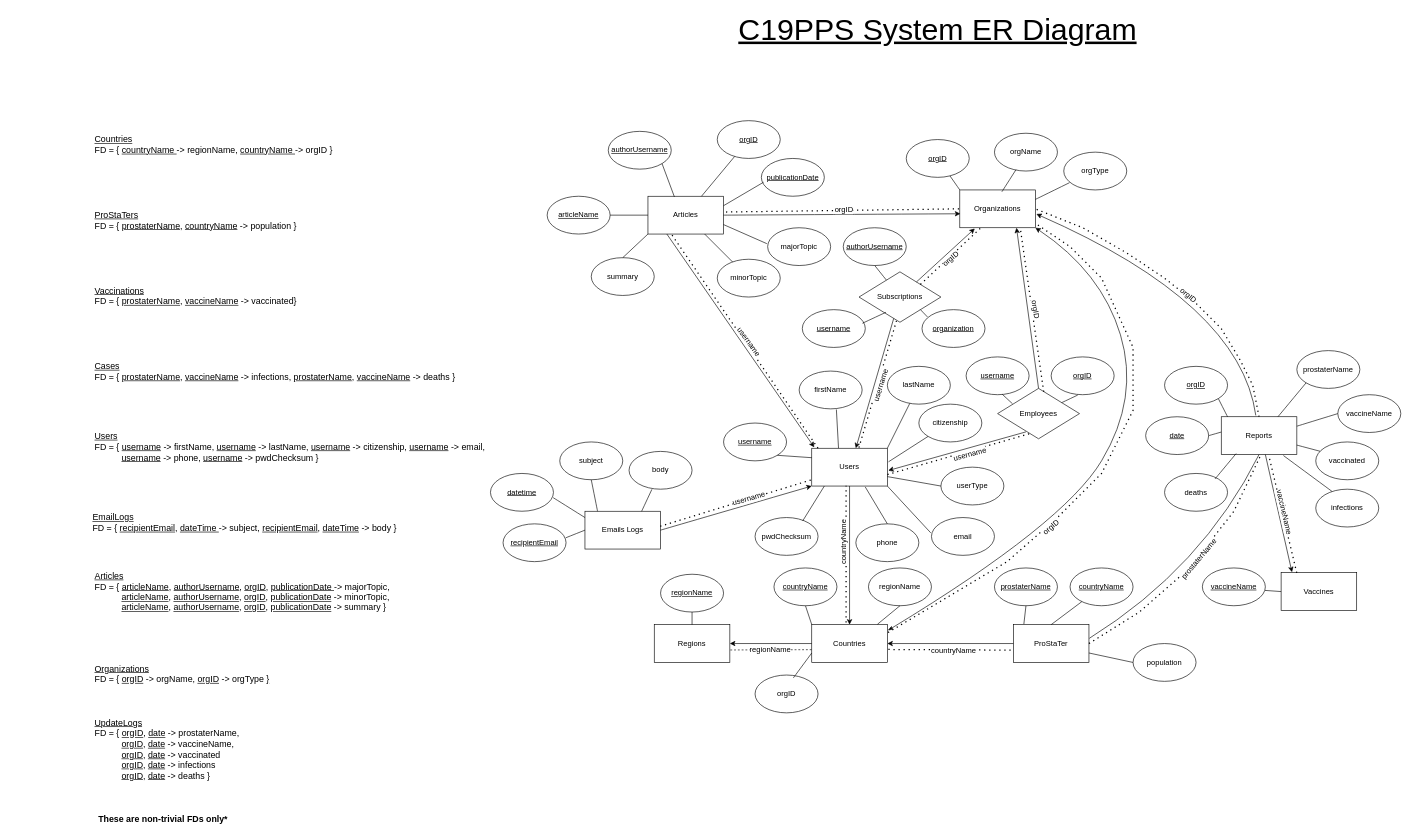
Above: ER Diagram v2.3.drawio in aydinaf/COMP353-Project-C19PPS (draw.io), before the change. Source tidied: cells renumbered, new cells numbered last; positions are measured from the earlier drawing's top-left corner, leaving out a move shared by most shapes. Both pictures are drawn from the tidied source at 63%, with x=0, y=0 at pixel (68, 20).
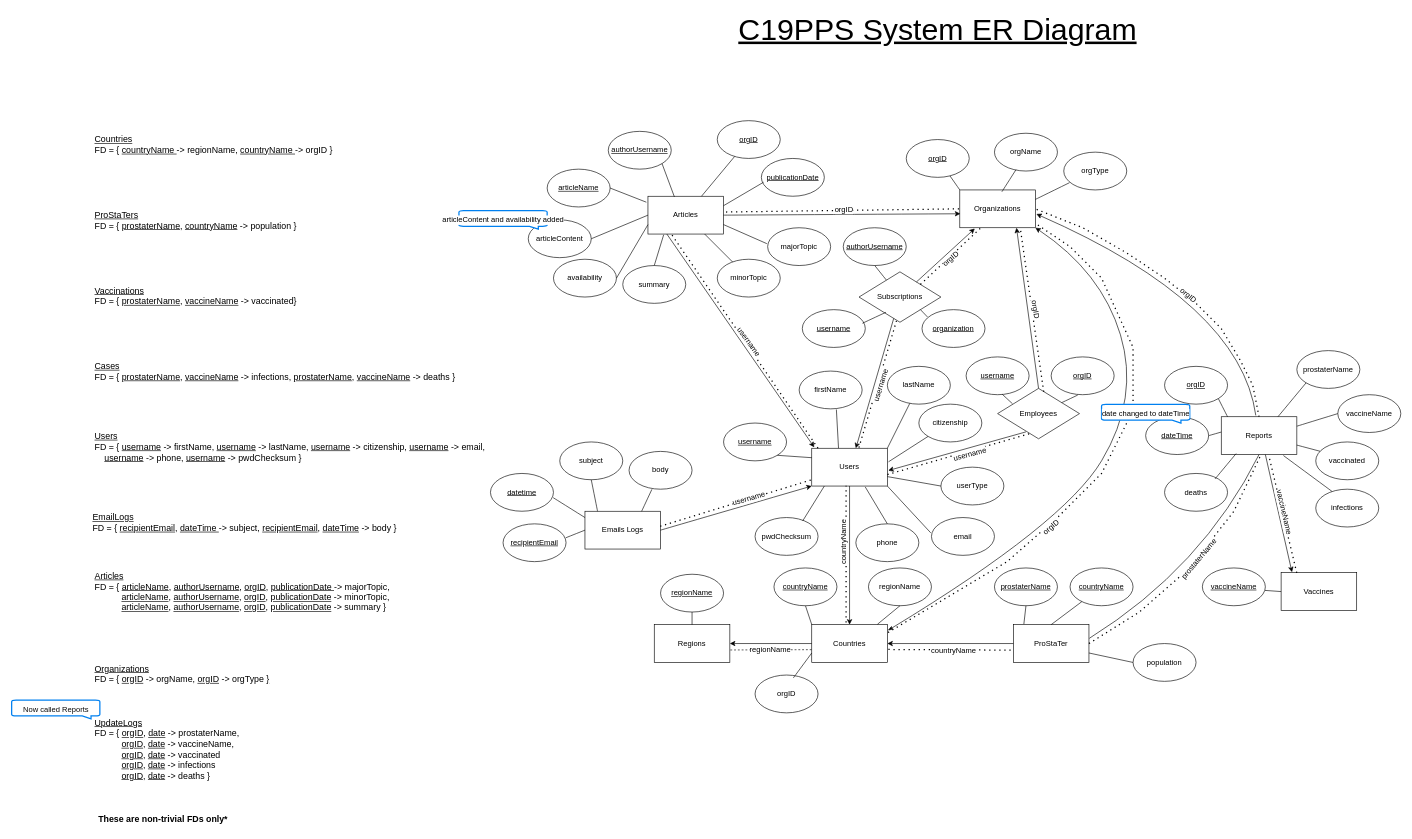
After the change.

Commit message:
2 colums added to Articles. UpdateLogs and 1 of its columns renamed.

Unchanged cells that the change refers to:
```xml
<mxCell id="38" value="Articles" style="rounded=0;whiteSpace=wrap;html=1;" parent="1" vertex="1">
  <mxGeometry x="920" y="280" width="120" height="60" as="geometry" />
</mxCell>
```

The edit, as a diff of the source:
```diff
@@
     <mxCell id="39" value="&lt;u&gt;articleName&lt;/u&gt;" style="ellipse;whiteSpace=wrap;html=1;" parent="1" vertex="1">
-      <mxGeometry x="760" y="280" width="100" height="60" as="geometry" />
+      <mxGeometry x="760" y="237" width="100" height="60" as="geometry" />
     </mxCell>
@@
     <mxCell id="43" value="summary" style="ellipse;whiteSpace=wrap;html=1;" parent="1" vertex="1">
-      <mxGeometry x="830" y="377.5" width="100" height="60" as="geometry" />
+      <mxGeometry x="880" y="390" width="100" height="60" as="geometry" />
     </mxCell>
@@
-    <mxCell id="49" style="endArrow=none;html=1;rounded=0;entryX=0;entryY=0.5;entryDx=0;entryDy=0;" parent="1" edge="1" target="38">
-      <mxGeometry relative="1" as="geometry">
-        <mxPoint x="860" y="310" as="sourcePoint" />
-      </mxGeometry>
+    <mxCell id="49" style="endArrow=none;html=1;rounded=0;entryX=-0.021;entryY=0.158;entryDx=0;entryDy=0;entryPerimeter=0;exitX=1;exitY=0.5;exitDx=0;exitDy=0;" parent="1" edge="1" source="39" target="38">
+      <mxGeometry relative="1" as="geometry" />
     </mxCell>
@@
-    <mxCell id="55" style="endArrow=none;html=1;rounded=0;entryX=0;entryY=1;entryDx=0;entryDy=0;exitX=0.5;exitY=0;exitDx=0;exitDy=0;" parent="1" edge="1" source="43" target="38">
+    <mxCell id="55" style="endArrow=none;html=1;rounded=0;entryX=0.208;entryY=1.019;entryDx=0;entryDy=0;exitX=0.5;exitY=0;exitDx=0;exitDy=0;entryPerimeter=0;" parent="1" edge="1" source="43" target="38">
       <mxGeometry relative="1" as="geometry" />
     </mxCell>
@@
-    <mxCell id="83" value="&lt;u&gt;date&lt;/u&gt;" style="ellipse;whiteSpace=wrap;html=1;" parent="1" vertex="1">
+    <mxCell id="83" value="&lt;span&gt;date&lt;/span&gt;Time" style="ellipse;whiteSpace=wrap;html=1;fontStyle=4;" parent="1" vertex="1">
       <mxGeometry x="1710" y="630" width="100" height="60" as="geometry" />
     </mxCell>
@@
-    <mxCell id="109" value="&lt;div style=&quot;&quot;&gt;&lt;span style=&quot;font-size: 14px; background-color: initial;&quot;&gt;&lt;u&gt;Users&lt;/u&gt;&lt;/span&gt;&lt;/div&gt;&lt;font style=&quot;font-size: 14px;&quot;&gt;FD = { &lt;u&gt;username&lt;/u&gt;&amp;nbsp;-&amp;gt; firstName, &lt;u&gt;username&lt;/u&gt;&amp;nbsp;-&amp;gt; lastName, &lt;u&gt;username&lt;/u&gt;&amp;nbsp;-&amp;gt; citizenship, &lt;u&gt;username&lt;/u&gt;&amp;nbsp;-&amp;gt; email, &lt;span style=&quot;white-space: pre;&quot;&gt;&#9;&lt;/span&gt;&amp;nbsp; &amp;nbsp;&lt;u&gt;username&lt;/u&gt;&amp;nbsp;-&amp;gt; phone, &lt;u&gt;username&lt;/u&gt;&amp;nbsp;-&amp;gt; pwdChecksum&amp;nbsp;}&lt;/font&gt;" style="text;html=1;strokeColor=none;fillColor=none;align=left;verticalAlign=middle;whiteSpace=wrap;rounded=0;" parent="1" vertex="1">
+    <mxCell id="109" value="&lt;div style=&quot;&quot;&gt;&lt;span style=&quot;font-size: 14px; background-color: initial;&quot;&gt;&lt;u&gt;Users&lt;/u&gt;&lt;/span&gt;&lt;/div&gt;&lt;font style=&quot;font-size: 14px;&quot;&gt;FD = { &lt;u&gt;username&lt;/u&gt;&amp;nbsp;-&amp;gt; firstName, &lt;u&gt;username&lt;/u&gt;&amp;nbsp;-&amp;gt; lastName, &lt;u&gt;username&lt;/u&gt;&amp;nbsp;-&amp;gt; citizenship, &lt;u&gt;username&lt;/u&gt;&amp;nbsp;-&amp;gt; email, &lt;span style=&quot;white-space: pre;&quot;&gt; &lt;/span&gt;&amp;nbsp; &amp;nbsp;&lt;u&gt;username&lt;/u&gt;&amp;nbsp;-&amp;gt; phone, &lt;u&gt;username&lt;/u&gt;&amp;nbsp;-&amp;gt; pwdChecksum&amp;nbsp;}&lt;/font&gt;" style="text;html=1;strokeColor=none;fillColor=none;align=left;verticalAlign=middle;whiteSpace=wrap;rounded=0;" parent="1" vertex="1">
       <mxGeometry x="40" y="617.5" width="630" height="120" as="geometry" />
     </mxCell>
@@
+    <mxCell id="150" value="articleContent" style="ellipse;whiteSpace=wrap;html=1;" parent="1" vertex="1">
+      <mxGeometry x="730" y="317.5" width="100" height="60" as="geometry" />
+    </mxCell>
+    <mxCell id="151" style="endArrow=none;html=1;rounded=0;entryX=0;entryY=0.5;entryDx=0;entryDy=0;exitX=1;exitY=0.5;exitDx=0;exitDy=0;" parent="1" edge="1" source="150" target="38">
+      <mxGeometry relative="1" as="geometry" />
+    </mxCell>
+    <mxCell id="152" value="availability" style="ellipse;whiteSpace=wrap;html=1;" parent="1" vertex="1">
+      <mxGeometry x="770" y="380" width="100" height="60" as="geometry" />
+    </mxCell>
+    <mxCell id="153" style="endArrow=none;html=1;rounded=0;entryX=0;entryY=0.75;entryDx=0;entryDy=0;exitX=1;exitY=0.5;exitDx=0;exitDy=0;" parent="1" edge="1" source="152" target="38">
+      <mxGeometry relative="1" as="geometry" />
+    </mxCell>
+    <mxCell id="154" value="&lt;font color=&quot;#0A0A0A&quot;&gt;Now called Reports&lt;br&gt;&lt;/font&gt;" style="html=1;verticalLabelPosition=middle;align=center;labelBackgroundColor=#ffffff;verticalAlign=middle;strokeWidth=2;strokeColor=#0080F0;shadow=0;dashed=0;shape=mxgraph.ios7.icons.message;labelPosition=center;" parent="1" vertex="1">
+      <mxGeometry x="-90" y="1080" width="140" height="29.5" as="geometry" />
+    </mxCell>
+    <mxCell id="155" value="&lt;font color=&quot;#000000&quot;&gt;articleContent and availability added&lt;br&gt;&lt;/font&gt;" style="html=1;verticalLabelPosition=middle;align=center;labelBackgroundColor=#ffffff;verticalAlign=middle;strokeWidth=2;strokeColor=#0080F0;shadow=0;dashed=0;shape=mxgraph.ios7.icons.message;labelPosition=center;" parent="1" vertex="1">
+      <mxGeometry x="620" y="302.8" width="140" height="29.5" as="geometry" />
+    </mxCell>
+    <mxCell id="156" value="date changed to dateTime" style="html=1;verticalLabelPosition=middle;align=center;labelBackgroundColor=#FFFFFF;verticalAlign=middle;strokeWidth=2;strokeColor=#0080F0;shadow=0;dashed=0;shape=mxgraph.ios7.icons.message;labelPosition=center;fontColor=#000000;" parent="1" vertex="1">
+      <mxGeometry x="1640" y="610.5" width="140" height="29.5" as="geometry" />
+    </mxCell>
```
